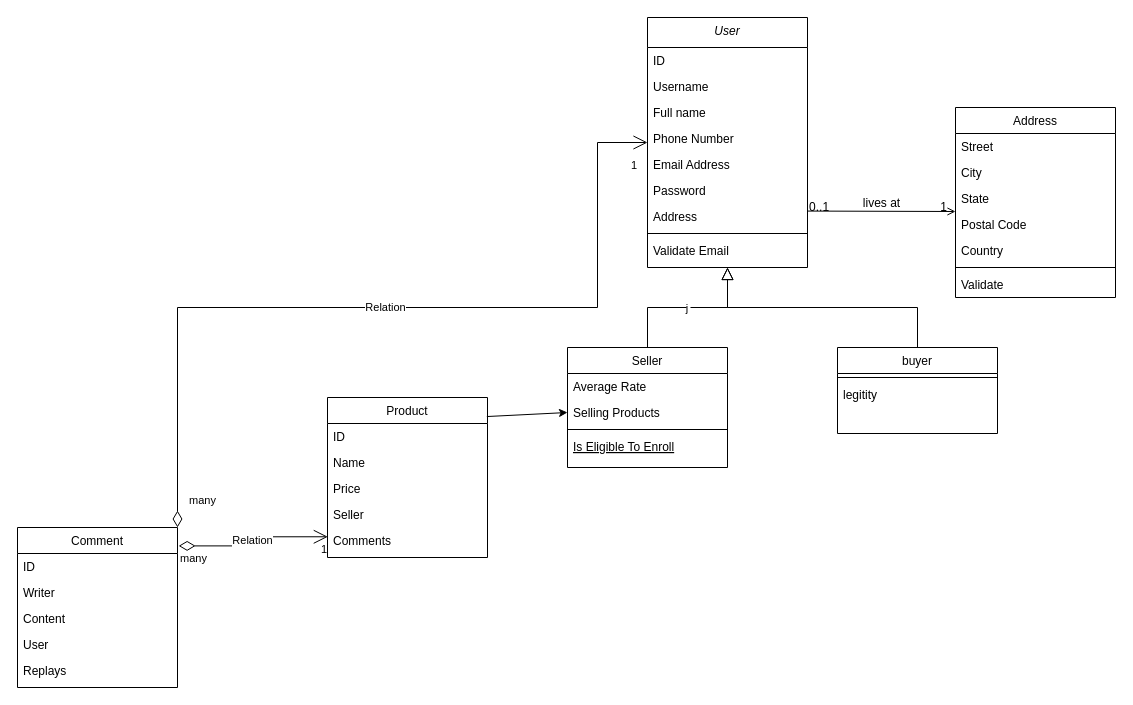
The draw.io diagram eCommers Market scheme.drawio in demetrebadzaradze/eCommerce, before the edit. Source tidied: cells renumbered, new cells numbered last; positions are measured from the earlier drawing's top-left corner, leaving out a move shared by most shapes. Both pictures are drawn from the tidied source at 100%, with x=0, y=0 at pixel (17, 17).
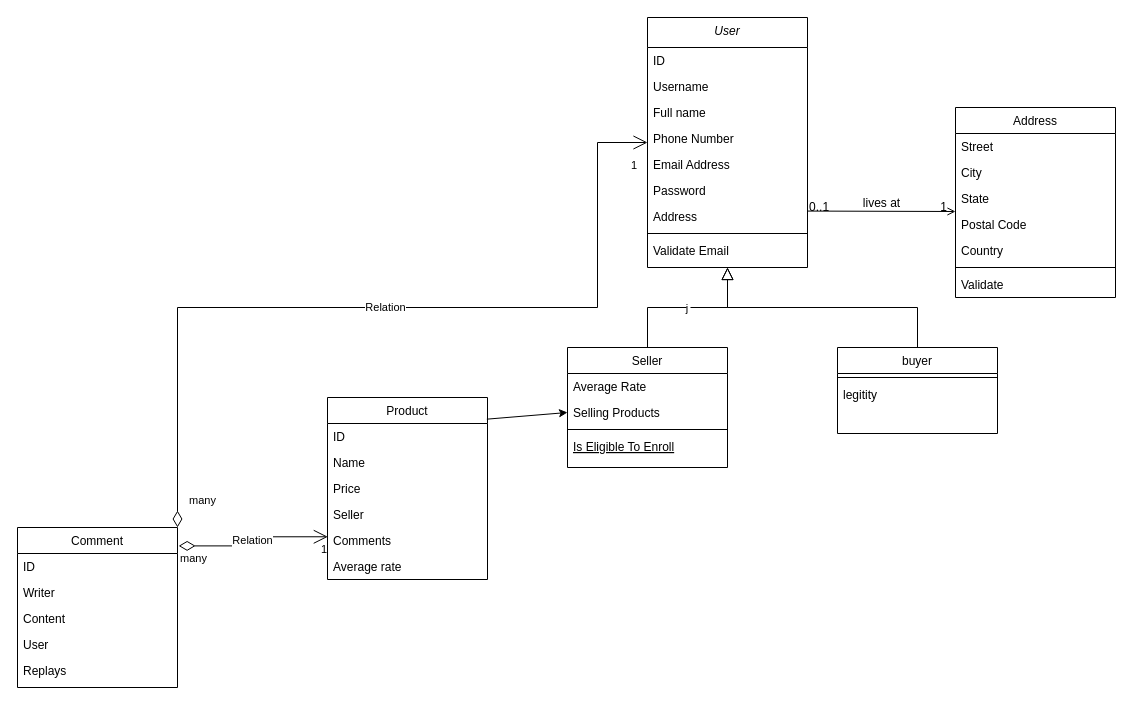
The same page after the edit.

What changed in the source:
```diff
@@
     <mxCell id="34" value="Product" style="swimlane;fontStyle=0;align=center;verticalAlign=top;horizontal=1;startSize=26;rounded=0;shadow=0;strokeWidth=1;" parent="1" vertex="1">
-      <mxGeometry x="310" y="380" width="160" height="160" as="geometry" />
+      <mxGeometry x="310" y="380" width="160" height="182" as="geometry" />
     </mxCell>
@@
+    <mxCell id="53" value="Average rate" style="text;align=left;verticalAlign=top;spacingLeft=4;spacingRight=4;overflow=hidden;rounded=0;shadow=0;html=0;" parent="34" vertex="1">
+      <mxGeometry y="156" width="160" height="26" as="geometry" />
+    </mxCell>
```
